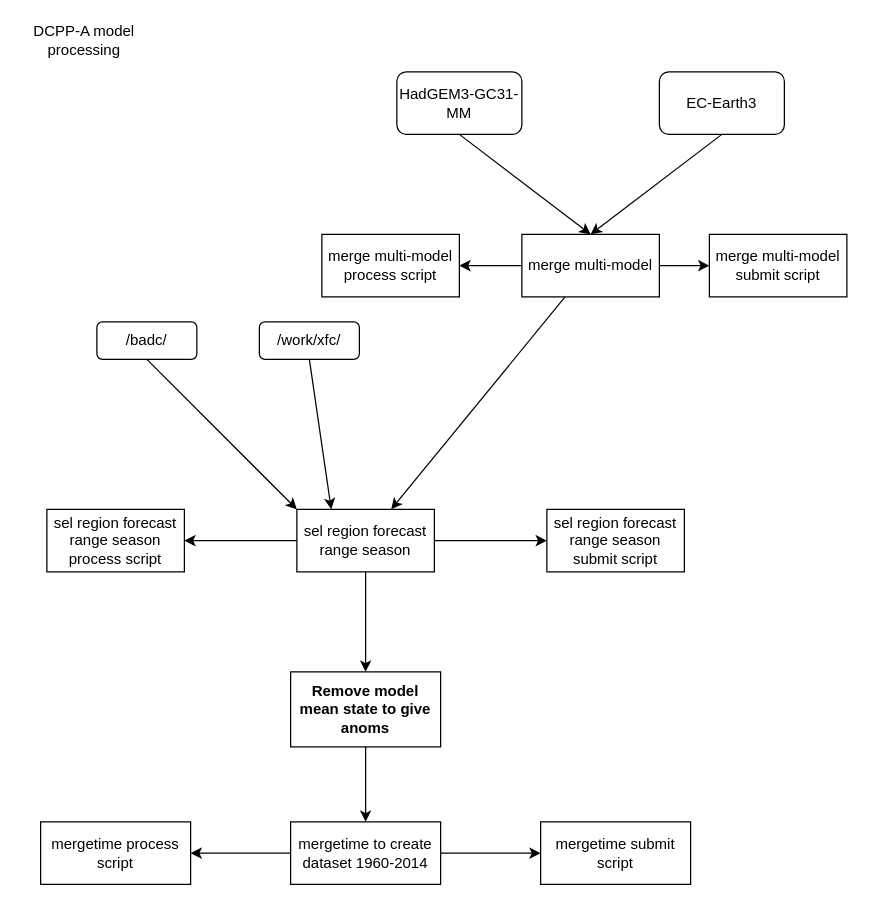
Before: skill_maps_updated_roadmap.drawio in benhutchmet/skill-maps, a draw.io diagram. Source tidied: cells renumbered, new cells numbered last; positions are measured from the earlier drawing's top-left corner, leaving out a move shared by most shapes. Both pictures are drawn from the tidied source at 125%, with x=0, y=0 at pixel (21, 21).
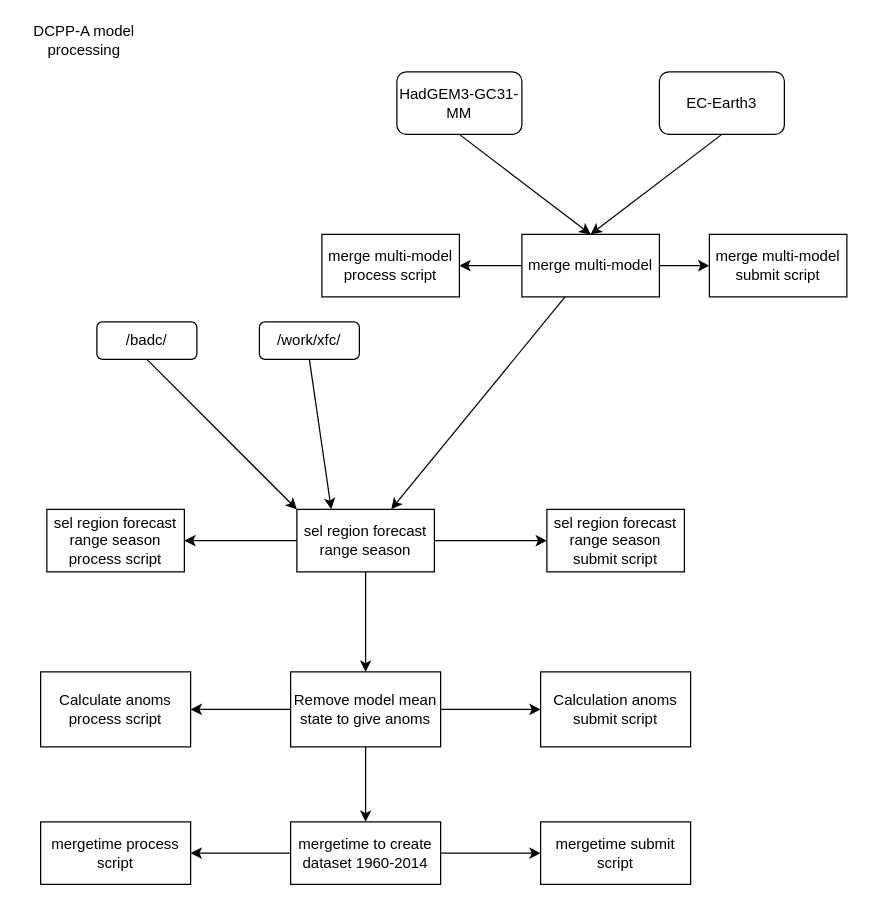
The same diagram, later.

Commit message (it also covers changes not shown here):
chnages to roadmap and sbatch in gpt test

Change to the diagram source:
```diff
@@
+    <mxCell id="30" style="edgeStyle=none;html=1;" parent="1" edge="1" source="29" target="32">
+      <mxGeometry relative="1" as="geometry" />
+    </mxCell>
+    <mxCell id="31" style="edgeStyle=none;html=1;" parent="1" edge="1" source="29" target="33">
+      <mxGeometry relative="1" as="geometry" />
+    </mxCell>
-    <mxCell id="29" value="&lt;b&gt;Remove model mean state to give anoms&lt;/b&gt;" style="rounded=0;whiteSpace=wrap;html=1;" parent="1" vertex="1">
+    <mxCell id="29" value="Remove model mean state to give anoms" style="rounded=0;whiteSpace=wrap;html=1;" parent="1" vertex="1">
       <mxGeometry x="215" y="520" width="120" height="60" as="geometry" />
     </mxCell>
+    <mxCell id="32" value="Calculation anoms submit script" style="rounded=0;whiteSpace=wrap;html=1;" parent="1" vertex="1">
+      <mxGeometry x="415" y="520" width="120" height="60" as="geometry" />
+    </mxCell>
+    <mxCell id="33" value="Calculate anoms process script" style="rounded=0;whiteSpace=wrap;html=1;" parent="1" vertex="1">
+      <mxGeometry x="15" y="520" width="120" height="60" as="geometry" />
+    </mxCell>
```
